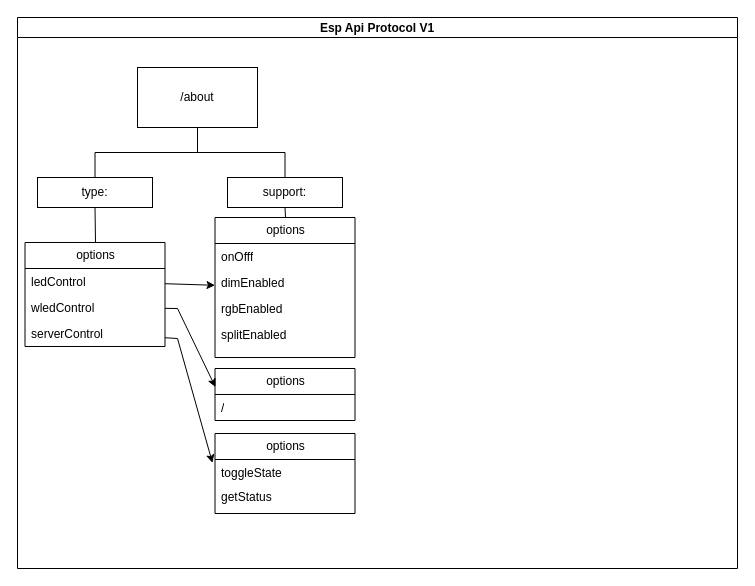
Above: protocol/EspProtocol.drawio in Tobias-Auer/EspSmartHome (draw.io), before the change. Source tidied: cells renumbered, new cells numbered last; positions are measured from the earlier drawing's top-left corner, leaving out a move shared by most shapes. Both pictures are drawn from the tidied source at 100%, with x=0, y=0 at pixel (17, 17).
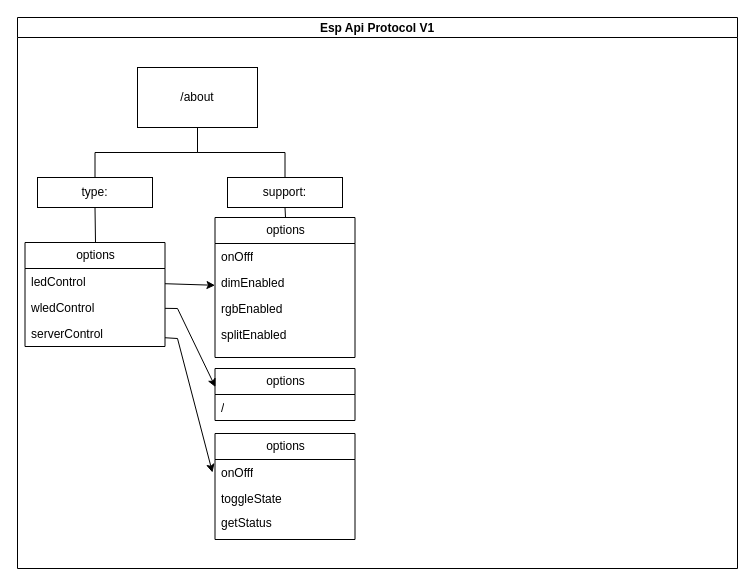
The same diagram, later.

Commit message:
Update EspProtocol.drawio NOT COMPLETE VIEW PROTCOL.TXT FOR MORE INFORMATION

What changed in the source:
```diff
@@
     <mxCell id="23" value="options" style="swimlane;fontStyle=0;horizontal=1;startSize=26;fillColor=none;html=1;" parent="1" vertex="1">
-      <mxGeometry x="197.5" y="416" width="140" height="80" as="geometry" />
+      <mxGeometry x="197.5" y="416" width="140" height="106" as="geometry" />
     </mxCell>
+    <mxCell id="27" value="onOfff" style="text;strokeColor=none;fillColor=none;align=left;verticalAlign=top;spacingLeft=4;spacingRight=4;overflow=hidden;whiteSpace=wrap;html=1;" parent="23" vertex="1">
+      <mxGeometry y="26" width="140" height="26" as="geometry" />
+    </mxCell>
     <mxCell id="24" value="toggleState" style="text;strokeColor=none;fillColor=none;align=left;verticalAlign=top;spacingLeft=4;spacingRight=4;overflow=hidden;whiteSpace=wrap;html=1;" parent="23" vertex="1">
-      <mxGeometry y="26" width="140" height="24" as="geometry" />
+      <mxGeometry y="52" width="140" height="24" as="geometry" />
     </mxCell>
     <mxCell id="25" value="getStatus" style="text;strokeColor=none;fillColor=none;align=left;verticalAlign=top;spacingLeft=4;spacingRight=4;overflow=hidden;whiteSpace=wrap;html=1;" parent="23" vertex="1">
-      <mxGeometry y="50" width="140" height="30" as="geometry" />
+      <mxGeometry y="76" width="140" height="30" as="geometry" />
     </mxCell>
```
